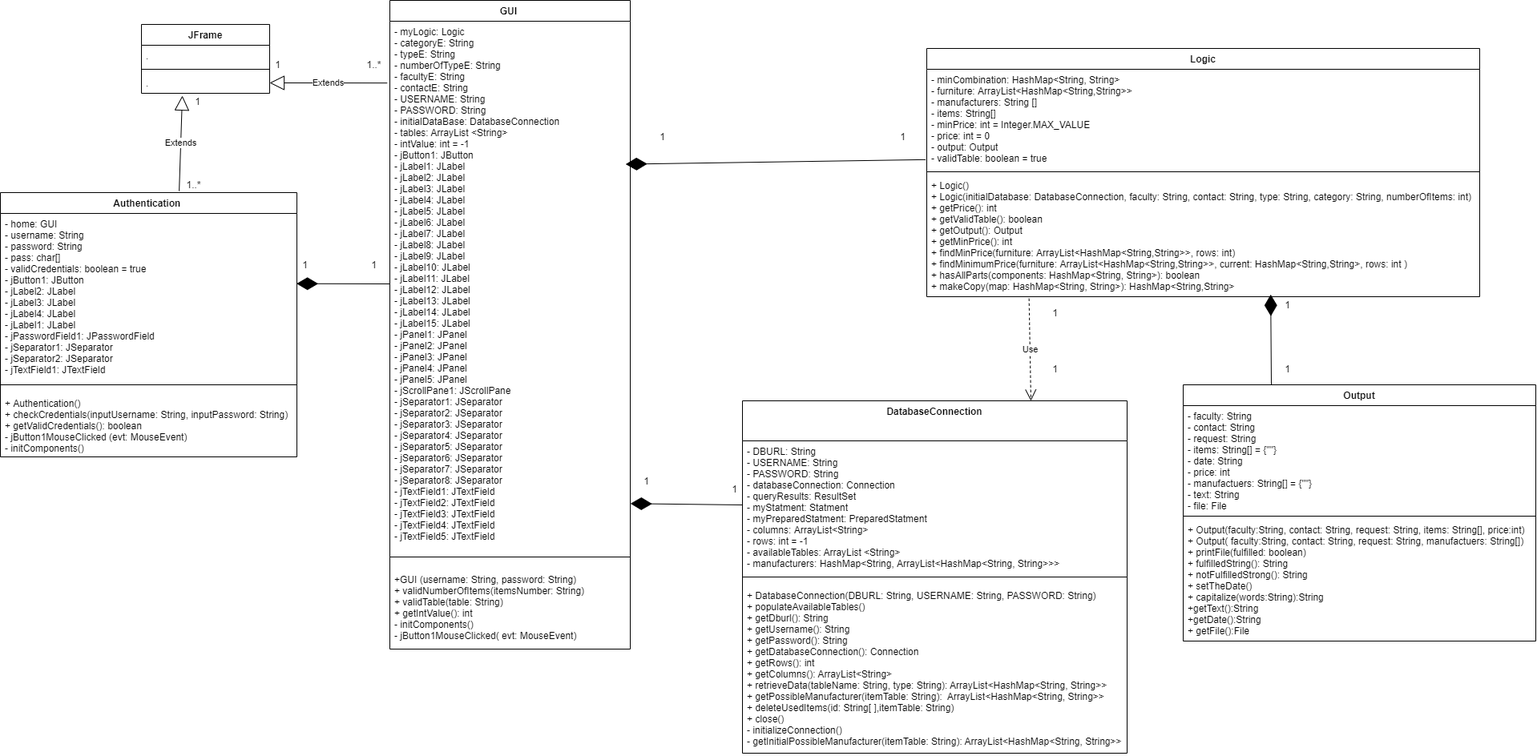
ahmeda110/Supply keeps this draw.io diagram as submissions/UML Diagram.png. Above is the earlier version. Source tidied: cells renumbered, new cells last; positions are measured from the earlier drawing's top-left corner, leaving out a move shared by most shapes.
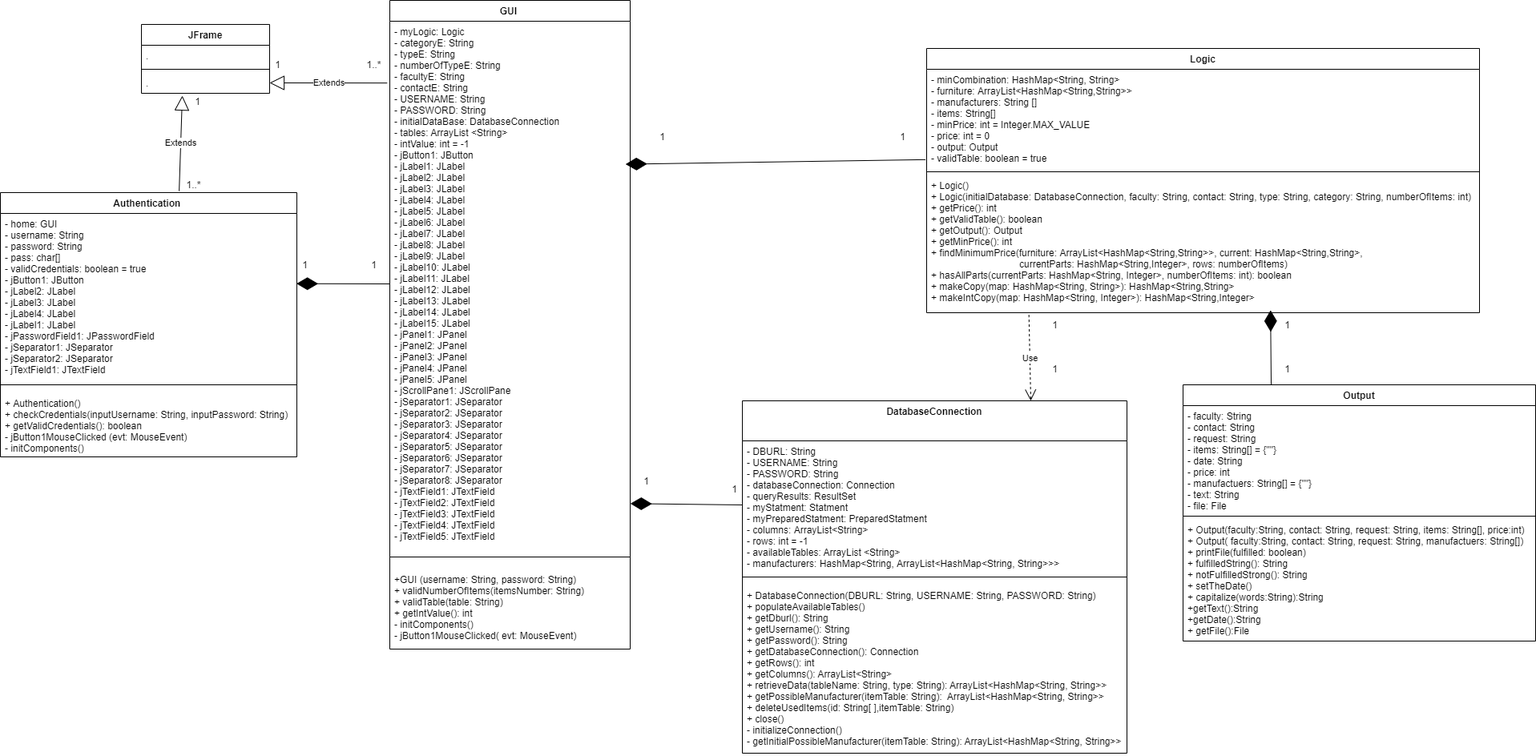
After the change.

What changed in the source:
```diff
@@ -39,7 +39,7 @@
       <mxGeometry y="168" width="440" height="152" as="geometry" />
     </mxCell>
     <mxCell id="14" value="Logic" style="swimlane;fontStyle=1;align=center;verticalAlign=top;horizontal=1;startSize=26;" parent="1" vertex="1">
-      <mxGeometry x="1156" y="60" width="690" height="310" as="geometry" />
+      <mxGeometry x="1156" y="60" width="690" height="330" as="geometry" />
     </mxCell>
     <mxCell id="15" value="- minCombination: HashMap&lt;String, String&gt;&#10;- furniture: ArrayList&lt;HashMap&lt;String,String&gt;&gt;&#10;- manufacturers: String []&#10;- items: String[]&#10;- minPrice: int = Integer.MAX_VALUE&#10;- price: int = 0&#10;- output: Output&#10;- validTable: boolean = true" style="text;strokeColor=none;fillColor=none;align=left;verticalAlign=top;spacingLeft=4;spacingRight=4;overflow=hidden;points=[[0,0.5],[1,0.5]];portConstraint=eastwest;" parent="14" vertex="1">
       <mxGeometry y="26" width="690" height="124" as="geometry" />
@@ -47,8 +47,8 @@
     <mxCell id="16" style="line;strokeWidth=1;fillColor=none;align=left;verticalAlign=middle;spacingTop=-1;spacingLeft=3;spacingRight=3;labelPosition=right;" parent="14" vertex="1">
       <mxGeometry y="150" width="690" height="8" as="geometry" />
     </mxCell>
-    <mxCell id="17" value="+ Logic()&#10;+ Logic(initialDatabase: DatabaseConnection, faculty: String, contact: String, type: String, category: String, numberOfItems: int)&#10;+ getPrice(): int&#10;+ getValidTable(): boolean&#10;+ getOutput(): Output&#10;+ getMinPrice(): int&#10;+ findMinPrice(furniture: ArrayList&lt;HashMap&lt;String,String&gt;&gt;, rows: int)&#10;+ findMinimumPrice(furniture: ArrayList&lt;HashMap&lt;String,String&gt;&gt;, current: HashMap&lt;String,String&gt;, rows: int )&#10;+ hasAllParts(components: HashMap&lt;String, String&gt;): boolean&#10;+ makeCopy(map: HashMap&lt;String, String&gt;): HashMap&lt;String,String&gt;" style="text;strokeColor=none;fillColor=none;align=left;verticalAlign=top;spacingLeft=4;spacingRight=4;overflow=hidden;points=[[0,0.5],[1,0.5]];portConstraint=eastwest;" parent="14" vertex="1">
-      <mxGeometry y="158" width="690" height="152" as="geometry" />
+    <mxCell id="17" value="+ Logic()&#10;+ Logic(initialDatabase: DatabaseConnection, faculty: String, contact: String, type: String, category: String, numberOfItems: int)&#10;+ getPrice(): int&#10;+ getValidTable(): boolean&#10;+ getOutput(): Output&#10;+ getMinPrice(): int&#10;+ findMinimumPrice(furniture: ArrayList&lt;HashMap&lt;String,String&gt;&gt;, current: HashMap&lt;String,String&gt;, &#10;                                 currentParts: HashMap&lt;String,Integer&gt;, rows: numberOfItems)&#10;+ hasAllParts(currentParts: HashMap&lt;String, Integer&gt;, numberOfItems: int): boolean&#10;+ makeCopy(map: HashMap&lt;String, String&gt;): HashMap&lt;String,String&gt;&#10;+ makeIntCopy(map: HashMap&lt;String, Integer&gt;): HashMap&lt;String,Integer&gt;" style="text;strokeColor=none;fillColor=none;align=left;verticalAlign=top;spacingLeft=4;spacingRight=4;overflow=hidden;points=[[0,0.5],[1,0.5]];portConstraint=eastwest;" parent="14" vertex="1">
+      <mxGeometry y="158" width="690" height="172" as="geometry" />
     </mxCell>
     <mxCell id="18" value="Authentication " style="swimlane;fontStyle=1;align=center;verticalAlign=top;horizontal=1;startSize=26;rounded=0;shadow=0;strokeWidth=1;" parent="1" vertex="1">
       <mxGeometry y="240" width="370" height="330" as="geometry" />
@@ -122,13 +122,13 @@
       <mxGeometry x="906" y="600" width="20" height="20" as="geometry" />
     </mxCell>
     <mxCell id="41" value="1" style="text;html=1;align=center;verticalAlign=middle;strokeColor=none;" parent="1" vertex="1">
-      <mxGeometry x="1306" y="380" width="20" height="20" as="geometry" />
+      <mxGeometry x="1306" y="395" width="20" height="20" as="geometry" />
     </mxCell>
     <mxCell id="42" value="1" style="text;html=1;align=center;verticalAlign=middle;strokeColor=none;" parent="1" vertex="1">
       <mxGeometry x="1306" y="450" width="20" height="20" as="geometry" />
     </mxCell>
     <mxCell id="43" value="1" style="text;html=1;align=center;verticalAlign=middle;strokeColor=none;" parent="1" vertex="1">
-      <mxGeometry x="1596" y="370" width="20" height="20" as="geometry" />
+      <mxGeometry x="1596" y="395" width="20" height="20" as="geometry" />
     </mxCell>
     <mxCell id="44" value="1" style="text;html=1;align=center;verticalAlign=middle;strokeColor=none;" parent="1" vertex="1">
       <mxGeometry x="1596" y="450" width="20" height="20" as="geometry" />
```
